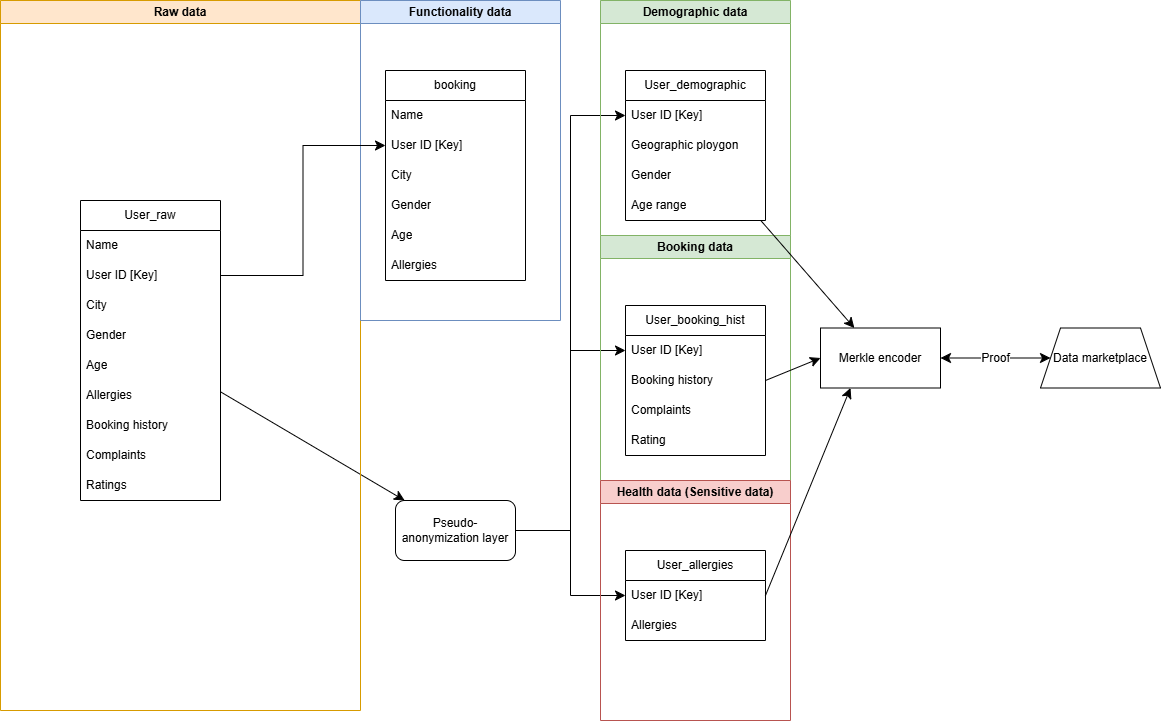
Earlier version of the draw.io export WIP_data_struct.png (balintpragai/elte_aalto_thesis). Source tidied: cells renumbered, new cells last; positions are measured from the earlier drawing's top-left corner, leaving out a move shared by most shapes. Its diagram source:
```xml
<mxGraphModel>
  <root>
    <mxCell id="0" />
    <mxCell id="1" parent="0" />
    <mxCell id="2" style="edgeStyle=none;curved=1;rounded=0;jettySize=auto;html=1;fontSize=12;startSize=8;endSize=8;" parent="1" edge="1" source="3" target="26">
      <mxGeometry relative="1" as="geometry" />
    </mxCell>
    <mxCell id="3" value="User_raw" style="swimlane;fontStyle=0;horizontal=1;startSize=30;whiteSpace=wrap;html=1;" parent="1" vertex="1">
      <mxGeometry x="80" y="200" width="140" height="300" as="geometry" />
    </mxCell>
    <mxCell id="4" value="Name" style="text;strokeColor=none;fillColor=none;align=left;verticalAlign=middle;spacingLeft=4;spacingRight=4;overflow=hidden;whiteSpace=wrap;html=1;" parent="3" vertex="1">
      <mxGeometry y="30" width="140" height="30" as="geometry" />
    </mxCell>
    <mxCell id="5" value="User ID [Key]" style="text;strokeColor=none;fillColor=none;align=left;verticalAlign=middle;spacingLeft=4;spacingRight=4;overflow=hidden;points=[[0,0.5],[1,0.5]];portConstraint=eastwest;whiteSpace=wrap;html=1;" parent="3" vertex="1">
      <mxGeometry y="60" width="140" height="30" as="geometry" />
    </mxCell>
    <mxCell id="6" value="City" style="text;strokeColor=none;fillColor=none;align=left;verticalAlign=middle;spacingLeft=4;spacingRight=4;overflow=hidden;whiteSpace=wrap;html=1;" parent="3" vertex="1">
      <mxGeometry y="90" width="140" height="30" as="geometry" />
    </mxCell>
    <mxCell id="7" value="Gender" style="text;strokeColor=none;fillColor=none;align=left;verticalAlign=middle;spacingLeft=4;spacingRight=4;overflow=hidden;whiteSpace=wrap;html=1;" parent="3" vertex="1">
      <mxGeometry y="120" width="140" height="30" as="geometry" />
    </mxCell>
    <mxCell id="8" value="Age" style="text;strokeColor=none;fillColor=none;align=left;verticalAlign=middle;spacingLeft=4;spacingRight=4;overflow=hidden;whiteSpace=wrap;html=1;" parent="3" vertex="1">
      <mxGeometry y="150" width="140" height="30" as="geometry" />
    </mxCell>
    <mxCell id="9" value="Allergies" style="text;strokeColor=none;fillColor=none;align=left;verticalAlign=middle;spacingLeft=4;spacingRight=4;overflow=hidden;whiteSpace=wrap;html=1;" parent="3" vertex="1">
      <mxGeometry y="180" width="140" height="30" as="geometry" />
    </mxCell>
    <mxCell id="10" value="Booking history" style="text;strokeColor=none;fillColor=none;align=left;verticalAlign=middle;spacingLeft=4;spacingRight=4;overflow=hidden;whiteSpace=wrap;html=1;" parent="3" vertex="1">
      <mxGeometry y="210" width="140" height="30" as="geometry" />
    </mxCell>
    <mxCell id="11" value="Complaints" style="text;strokeColor=none;fillColor=none;align=left;verticalAlign=middle;spacingLeft=4;spacingRight=4;overflow=hidden;whiteSpace=wrap;html=1;" parent="3" vertex="1">
      <mxGeometry y="240" width="140" height="30" as="geometry" />
    </mxCell>
    <mxCell id="12" value="Ratings" style="text;strokeColor=none;fillColor=none;align=left;verticalAlign=middle;spacingLeft=4;spacingRight=4;overflow=hidden;whiteSpace=wrap;html=1;" parent="3" vertex="1">
      <mxGeometry y="270" width="140" height="30" as="geometry" />
    </mxCell>
    <mxCell id="13" value="Raw data" style="swimlane;whiteSpace=wrap;html=1;fillColor=#ffe6cc;strokeColor=#d79b00;" parent="1" vertex="1">
      <mxGeometry width="360" height="710" as="geometry" />
    </mxCell>
    <mxCell id="14" value="Functionality data" style="swimlane;whiteSpace=wrap;html=1;fillColor=#dae8fc;strokeColor=#6c8ebf;" parent="1" vertex="1">
      <mxGeometry x="360" width="200" height="320" as="geometry" />
    </mxCell>
    <mxCell id="15" value="booking" style="swimlane;fontStyle=0;horizontal=1;startSize=30;whiteSpace=wrap;html=1;" parent="14" vertex="1">
      <mxGeometry x="25" y="70" width="140" height="210" as="geometry" />
    </mxCell>
    <mxCell id="16" value="Name" style="text;strokeColor=none;fillColor=none;align=left;verticalAlign=middle;spacingLeft=4;spacingRight=4;overflow=hidden;whiteSpace=wrap;html=1;" parent="15" vertex="1">
      <mxGeometry y="30" width="140" height="30" as="geometry" />
    </mxCell>
    <mxCell id="17" value="User ID [Key]" style="text;strokeColor=none;fillColor=none;align=left;verticalAlign=middle;spacingLeft=4;spacingRight=4;overflow=hidden;points=[[0,0.5],[1,0.5]];portConstraint=eastwest;whiteSpace=wrap;html=1;" parent="15" vertex="1">
      <mxGeometry y="60" width="140" height="30" as="geometry" />
    </mxCell>
    <mxCell id="18" value="City" style="text;strokeColor=none;fillColor=none;align=left;verticalAlign=middle;spacingLeft=4;spacingRight=4;overflow=hidden;whiteSpace=wrap;html=1;" parent="15" vertex="1">
      <mxGeometry y="90" width="140" height="30" as="geometry" />
    </mxCell>
    <mxCell id="19" value="Gender" style="text;strokeColor=none;fillColor=none;align=left;verticalAlign=middle;spacingLeft=4;spacingRight=4;overflow=hidden;whiteSpace=wrap;html=1;" parent="15" vertex="1">
      <mxGeometry y="120" width="140" height="30" as="geometry" />
    </mxCell>
    <mxCell id="20" value="Age" style="text;strokeColor=none;fillColor=none;align=left;verticalAlign=middle;spacingLeft=4;spacingRight=4;overflow=hidden;whiteSpace=wrap;html=1;" parent="15" vertex="1">
      <mxGeometry y="150" width="140" height="30" as="geometry" />
    </mxCell>
    <mxCell id="21" value="Allergies" style="text;strokeColor=none;fillColor=none;align=left;verticalAlign=middle;spacingLeft=4;spacingRight=4;overflow=hidden;whiteSpace=wrap;html=1;" parent="15" vertex="1">
      <mxGeometry y="180" width="140" height="30" as="geometry" />
    </mxCell>
    <mxCell id="22" style="edgeStyle=orthogonalEdgeStyle;rounded=0;jettySize=auto;html=1;exitX=1;exitY=0.5;exitDx=0;exitDy=0;entryX=0;entryY=0.5;entryDx=0;entryDy=0;fontSize=12;startSize=8;endSize=8;" parent="1" edge="1" source="5" target="17">
      <mxGeometry relative="1" as="geometry" />
    </mxCell>
    <mxCell id="23" style="edgeStyle=orthogonalEdgeStyle;rounded=0;jettySize=auto;html=1;exitX=1;exitY=0.5;exitDx=0;exitDy=0;entryX=0;entryY=0.5;entryDx=0;entryDy=0;fontSize=12;startSize=8;endSize=8;" parent="1" edge="1" source="26" target="29">
      <mxGeometry relative="1" as="geometry" />
    </mxCell>
    <mxCell id="24" style="edgeStyle=orthogonalEdgeStyle;rounded=0;jettySize=auto;html=1;exitX=1;exitY=0.5;exitDx=0;exitDy=0;entryX=0;entryY=0.5;entryDx=0;entryDy=0;fontSize=12;startSize=8;endSize=8;" parent="1" edge="1" source="26" target="35">
      <mxGeometry relative="1" as="geometry" />
    </mxCell>
    <mxCell id="25" style="edgeStyle=orthogonalEdgeStyle;rounded=0;jettySize=auto;html=1;exitX=1;exitY=0.5;exitDx=0;exitDy=0;entryX=0;entryY=0.5;entryDx=0;entryDy=0;fontSize=12;startSize=8;endSize=8;" parent="1" edge="1" source="26" target="41">
      <mxGeometry relative="1" as="geometry" />
    </mxCell>
    <mxCell id="26" value="Pseudo-anonymization layer" style="rounded=1;whiteSpace=wrap;html=1;fontStyle=0;startSize=30;horizontal=1;" parent="1" vertex="1">
      <mxGeometry x="395" y="500" width="120" height="60" as="geometry" />
    </mxCell>
    <mxCell id="27" value="Demographic data" style="swimlane;whiteSpace=wrap;html=1;fillColor=#d5e8d4;strokeColor=#82b366;" parent="1" vertex="1">
      <mxGeometry x="600" width="190" height="240" as="geometry" />
    </mxCell>
    <mxCell id="28" value="User_demographic" style="swimlane;fontStyle=0;horizontal=1;startSize=30;whiteSpace=wrap;html=1;" parent="27" vertex="1">
      <mxGeometry x="25" y="70" width="140" height="150" as="geometry" />
    </mxCell>
    <mxCell id="29" value="User ID [Key]" style="text;strokeColor=none;fillColor=none;align=left;verticalAlign=middle;spacingLeft=4;spacingRight=4;overflow=hidden;points=[[0,0.5],[1,0.5]];portConstraint=eastwest;whiteSpace=wrap;html=1;" parent="28" vertex="1">
      <mxGeometry y="30" width="140" height="30" as="geometry" />
    </mxCell>
    <mxCell id="30" value="Geographic ploygon" style="text;strokeColor=none;fillColor=none;align=left;verticalAlign=middle;spacingLeft=4;spacingRight=4;overflow=hidden;whiteSpace=wrap;html=1;" parent="28" vertex="1">
      <mxGeometry y="60" width="140" height="30" as="geometry" />
    </mxCell>
    <mxCell id="31" value="Gender" style="text;strokeColor=none;fillColor=none;align=left;verticalAlign=middle;spacingLeft=4;spacingRight=4;overflow=hidden;whiteSpace=wrap;html=1;" parent="28" vertex="1">
      <mxGeometry y="90" width="140" height="30" as="geometry" />
    </mxCell>
    <mxCell id="32" value="Age range" style="text;strokeColor=none;fillColor=none;align=left;verticalAlign=middle;spacingLeft=4;spacingRight=4;overflow=hidden;whiteSpace=wrap;html=1;" parent="28" vertex="1">
      <mxGeometry y="120" width="140" height="30" as="geometry" />
    </mxCell>
    <mxCell id="33" value="Booking data" style="swimlane;whiteSpace=wrap;html=1;fillColor=#d5e8d4;strokeColor=#82b366;" parent="1" vertex="1">
      <mxGeometry x="600" y="235" width="190" height="245" as="geometry" />
    </mxCell>
    <mxCell id="34" value="User_booking_hist" style="swimlane;fontStyle=0;horizontal=1;startSize=30;whiteSpace=wrap;html=1;" parent="33" vertex="1">
      <mxGeometry x="25" y="70" width="140" height="150" as="geometry" />
    </mxCell>
    <mxCell id="35" value="User ID [Key]" style="text;strokeColor=none;fillColor=none;align=left;verticalAlign=middle;spacingLeft=4;spacingRight=4;overflow=hidden;points=[[0,0.5],[1,0.5]];portConstraint=eastwest;whiteSpace=wrap;html=1;" parent="34" vertex="1">
      <mxGeometry y="30" width="140" height="30" as="geometry" />
    </mxCell>
    <mxCell id="36" value="Booking history" style="text;strokeColor=none;fillColor=none;align=left;verticalAlign=middle;spacingLeft=4;spacingRight=4;overflow=hidden;points=[[0,0.5],[1,0.5]];portConstraint=eastwest;whiteSpace=wrap;html=1;" parent="34" vertex="1">
      <mxGeometry y="60" width="140" height="30" as="geometry" />
    </mxCell>
    <mxCell id="37" value="Complaints" style="text;strokeColor=none;fillColor=none;align=left;verticalAlign=middle;spacingLeft=4;spacingRight=4;overflow=hidden;whiteSpace=wrap;html=1;" parent="34" vertex="1">
      <mxGeometry y="90" width="140" height="30" as="geometry" />
    </mxCell>
    <mxCell id="38" value="Rating" style="text;strokeColor=none;fillColor=none;align=left;verticalAlign=middle;spacingLeft=4;spacingRight=4;overflow=hidden;whiteSpace=wrap;html=1;" parent="34" vertex="1">
      <mxGeometry y="120" width="140" height="30" as="geometry" />
    </mxCell>
    <mxCell id="39" value="Health data (Sensitive data)" style="swimlane;whiteSpace=wrap;html=1;fillColor=#f8cecc;strokeColor=#b85450;" parent="1" vertex="1">
      <mxGeometry x="600" y="480" width="190" height="240" as="geometry" />
    </mxCell>
    <mxCell id="40" value="User_allergies" style="swimlane;fontStyle=0;horizontal=1;startSize=30;whiteSpace=wrap;html=1;" parent="39" vertex="1">
      <mxGeometry x="25" y="70" width="140" height="90" as="geometry" />
    </mxCell>
    <mxCell id="41" value="User ID [Key]" style="text;strokeColor=none;fillColor=none;align=left;verticalAlign=middle;spacingLeft=4;spacingRight=4;overflow=hidden;points=[[0,0.5],[1,0.5]];portConstraint=eastwest;whiteSpace=wrap;html=1;" parent="40" vertex="1">
      <mxGeometry y="30" width="140" height="30" as="geometry" />
    </mxCell>
    <mxCell id="42" value="Allergies" style="text;strokeColor=none;fillColor=none;align=left;verticalAlign=middle;spacingLeft=4;spacingRight=4;overflow=hidden;whiteSpace=wrap;html=1;" parent="40" vertex="1">
      <mxGeometry y="60" width="140" height="30" as="geometry" />
    </mxCell>
    <mxCell id="43" style="edgeStyle=none;curved=1;rounded=0;jettySize=auto;html=1;fontSize=12;startSize=8;endSize=8;startArrow=classic;startFill=1;" parent="1" edge="1" source="45" target="47">
      <mxGeometry relative="1" as="geometry" />
    </mxCell>
    <mxCell id="44" value="Proof" style="edgeLabel;html=1;align=center;verticalAlign=middle;fontSize=12;" parent="43" vertex="1">
      <mxGeometry x="-0.02" y="1" relative="1" as="geometry">
        <mxPoint y="1" as="offset" />
      </mxGeometry>
    </mxCell>
    <mxCell id="45" value="Merkle encoder" style="whiteSpace=wrap;html=1;fontStyle=0;startSize=30;horizontal=1;" parent="1" vertex="1">
      <mxGeometry x="820" y="327.5" width="120" height="60" as="geometry" />
    </mxCell>
    <mxCell id="46" style="edgeStyle=none;curved=1;rounded=0;jettySize=auto;html=1;fontSize=12;startSize=8;endSize=8;" parent="1" edge="1" source="28" target="45">
      <mxGeometry relative="1" as="geometry" />
    </mxCell>
    <mxCell id="47" value="Data marketplace" style="shape=trapezoid;perimeter=trapezoidPerimeter;whiteSpace=wrap;html=1;fixedSize=1;fontStyle=0;startSize=30;horizontal=1;" parent="1" vertex="1">
      <mxGeometry x="1040" y="327.5" width="120" height="60" as="geometry" />
    </mxCell>
    <mxCell id="48" style="edgeStyle=none;curved=1;rounded=0;jettySize=auto;html=1;exitX=1;exitY=0.5;exitDx=0;exitDy=0;entryX=0;entryY=0.5;entryDx=0;entryDy=0;fontSize=12;startSize=8;endSize=8;" parent="1" edge="1" source="36" target="45">
      <mxGeometry relative="1" as="geometry" />
    </mxCell>
    <mxCell id="49" style="edgeStyle=none;curved=1;rounded=0;jettySize=auto;html=1;exitX=1;exitY=0.5;exitDx=0;exitDy=0;entryX=0.25;entryY=1;entryDx=0;entryDy=0;fontSize=12;startSize=8;endSize=8;" parent="1" edge="1" source="41" target="45">
      <mxGeometry relative="1" as="geometry" />
    </mxCell>
  </root>
</mxGraphModel>
```
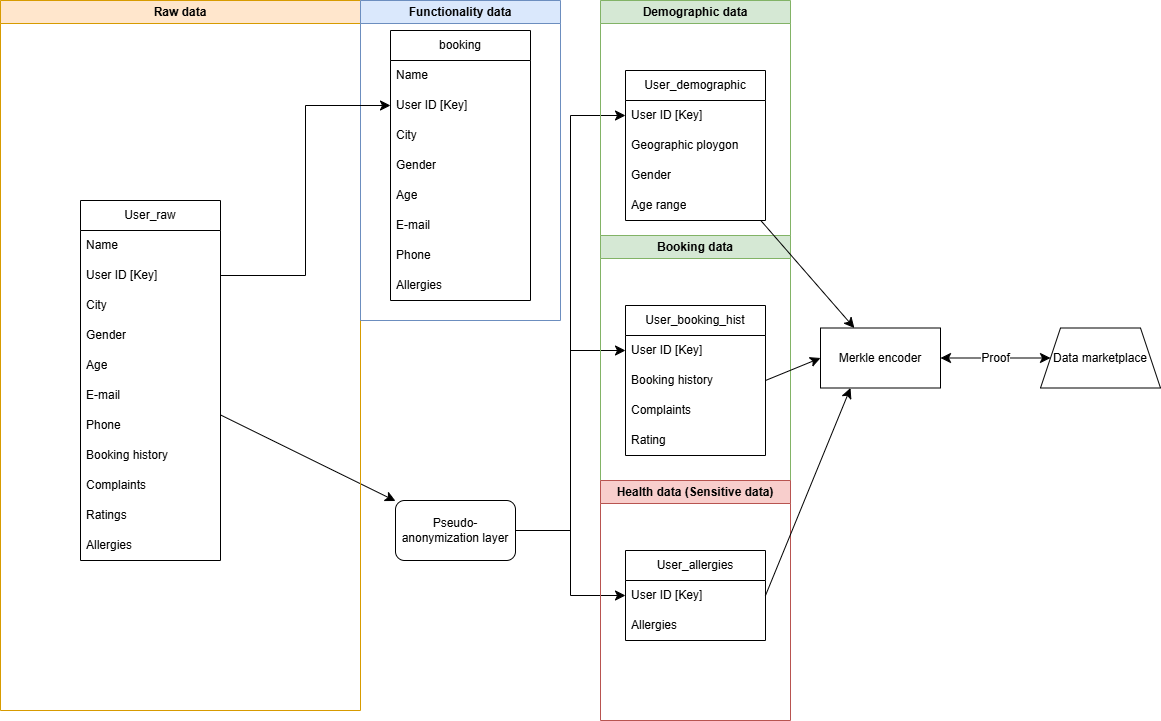
The same diagram one commit later.

Commit message:
Data structure and table definitions

Updated the data structure chart and created the table definitions for the structure. Some of the tables still require a pseudoanonymizer and filling up from that output.

Change to the diagram source:
```diff
@@ -6,7 +6,7 @@
       <mxGeometry relative="1" as="geometry" />
     </mxCell>
     <mxCell id="3" value="User_raw" style="swimlane;fontStyle=0;horizontal=1;startSize=30;whiteSpace=wrap;html=1;" parent="1" vertex="1">
-      <mxGeometry x="80" y="200" width="140" height="300" as="geometry" />
+      <mxGeometry x="80" y="200" width="140" height="360" as="geometry" />
     </mxCell>
     <mxCell id="4" value="Name" style="text;strokeColor=none;fillColor=none;align=left;verticalAlign=middle;spacingLeft=4;spacingRight=4;overflow=hidden;whiteSpace=wrap;html=1;" parent="3" vertex="1">
       <mxGeometry y="30" width="140" height="30" as="geometry" />
@@ -20,21 +20,27 @@
     <mxCell id="7" value="Gender" style="text;strokeColor=none;fillColor=none;align=left;verticalAlign=middle;spacingLeft=4;spacingRight=4;overflow=hidden;whiteSpace=wrap;html=1;" parent="3" vertex="1">
       <mxGeometry y="120" width="140" height="30" as="geometry" />
     </mxCell>
+    <mxCell id="50" value="Age" style="text;strokeColor=none;fillColor=none;align=left;verticalAlign=middle;spacingLeft=4;spacingRight=4;overflow=hidden;whiteSpace=wrap;html=1;" parent="3" vertex="1">
+      <mxGeometry y="150" width="140" height="30" as="geometry" />
+    </mxCell>
-    <mxCell id="8" value="Age" style="text;strokeColor=none;fillColor=none;align=left;verticalAlign=middle;spacingLeft=4;spacingRight=4;overflow=hidden;whiteSpace=wrap;html=1;" parent="3" vertex="1">
-      <mxGeometry y="150" width="140" height="30" as="geometry" />
+    <mxCell id="8" value="E-mail" style="text;strokeColor=none;fillColor=none;align=left;verticalAlign=middle;spacingLeft=4;spacingRight=4;overflow=hidden;whiteSpace=wrap;html=1;" parent="3" vertex="1">
+      <mxGeometry y="180" width="140" height="30" as="geometry" />
     </mxCell>
-    <mxCell id="9" value="Allergies" style="text;strokeColor=none;fillColor=none;align=left;verticalAlign=middle;spacingLeft=4;spacingRight=4;overflow=hidden;whiteSpace=wrap;html=1;" parent="3" vertex="1">
-      <mxGeometry y="180" width="140" height="30" as="geometry" />
-    </mxCell>
+    <mxCell id="51" value="Phone" style="text;strokeColor=none;fillColor=none;align=left;verticalAlign=middle;spacingLeft=4;spacingRight=4;overflow=hidden;whiteSpace=wrap;html=1;" parent="3" vertex="1">
+      <mxGeometry y="210" width="140" height="30" as="geometry" />
+    </mxCell>
     <mxCell id="10" value="Booking history" style="text;strokeColor=none;fillColor=none;align=left;verticalAlign=middle;spacingLeft=4;spacingRight=4;overflow=hidden;whiteSpace=wrap;html=1;" parent="3" vertex="1">
-      <mxGeometry y="210" width="140" height="30" as="geometry" />
+      <mxGeometry y="240" width="140" height="30" as="geometry" />
     </mxCell>
     <mxCell id="11" value="Complaints" style="text;strokeColor=none;fillColor=none;align=left;verticalAlign=middle;spacingLeft=4;spacingRight=4;overflow=hidden;whiteSpace=wrap;html=1;" parent="3" vertex="1">
-      <mxGeometry y="240" width="140" height="30" as="geometry" />
+      <mxGeometry y="270" width="140" height="30" as="geometry" />
     </mxCell>
     <mxCell id="12" value="Ratings" style="text;strokeColor=none;fillColor=none;align=left;verticalAlign=middle;spacingLeft=4;spacingRight=4;overflow=hidden;whiteSpace=wrap;html=1;" parent="3" vertex="1">
-      <mxGeometry y="270" width="140" height="30" as="geometry" />
+      <mxGeometry y="300" width="140" height="30" as="geometry" />
     </mxCell>
+    <mxCell id="9" value="Allergies" style="text;strokeColor=none;fillColor=none;align=left;verticalAlign=middle;spacingLeft=4;spacingRight=4;overflow=hidden;whiteSpace=wrap;html=1;" parent="3" vertex="1">
+      <mxGeometry y="330" width="140" height="30" as="geometry" />
+    </mxCell>
     <mxCell id="13" value="Raw data" style="swimlane;whiteSpace=wrap;html=1;fillColor=#ffe6cc;strokeColor=#d79b00;" parent="1" vertex="1">
       <mxGeometry width="360" height="710" as="geometry" />
     </mxCell>
@@ -42,7 +48,7 @@
       <mxGeometry x="360" width="200" height="320" as="geometry" />
     </mxCell>
     <mxCell id="15" value="booking" style="swimlane;fontStyle=0;horizontal=1;startSize=30;whiteSpace=wrap;html=1;" parent="14" vertex="1">
-      <mxGeometry x="25" y="70" width="140" height="210" as="geometry" />
+      <mxGeometry x="30" y="30" width="140" height="270" as="geometry" />
     </mxCell>
     <mxCell id="16" value="Name" style="text;strokeColor=none;fillColor=none;align=left;verticalAlign=middle;spacingLeft=4;spacingRight=4;overflow=hidden;whiteSpace=wrap;html=1;" parent="15" vertex="1">
       <mxGeometry y="30" width="140" height="30" as="geometry" />
@@ -59,9 +65,15 @@
     <mxCell id="20" value="Age" style="text;strokeColor=none;fillColor=none;align=left;verticalAlign=middle;spacingLeft=4;spacingRight=4;overflow=hidden;whiteSpace=wrap;html=1;" parent="15" vertex="1">
       <mxGeometry y="150" width="140" height="30" as="geometry" />
     </mxCell>
-    <mxCell id="21" value="Allergies" style="text;strokeColor=none;fillColor=none;align=left;verticalAlign=middle;spacingLeft=4;spacingRight=4;overflow=hidden;whiteSpace=wrap;html=1;" parent="15" vertex="1">
+    <mxCell id="21" value="E-mail" style="text;strokeColor=none;fillColor=none;align=left;verticalAlign=middle;spacingLeft=4;spacingRight=4;overflow=hidden;whiteSpace=wrap;html=1;" parent="15" vertex="1">
       <mxGeometry y="180" width="140" height="30" as="geometry" />
     </mxCell>
+    <mxCell id="52" value="Phone" style="text;strokeColor=none;fillColor=none;align=left;verticalAlign=middle;spacingLeft=4;spacingRight=4;overflow=hidden;whiteSpace=wrap;html=1;" parent="15" vertex="1">
+      <mxGeometry y="210" width="140" height="30" as="geometry" />
+    </mxCell>
+    <mxCell id="53" value="Allergies" style="text;strokeColor=none;fillColor=none;align=left;verticalAlign=middle;spacingLeft=4;spacingRight=4;overflow=hidden;whiteSpace=wrap;html=1;" parent="15" vertex="1">
+      <mxGeometry y="240" width="140" height="30" as="geometry" />
+    </mxCell>
     <mxCell id="22" style="edgeStyle=orthogonalEdgeStyle;rounded=0;jettySize=auto;html=1;exitX=1;exitY=0.5;exitDx=0;exitDy=0;entryX=0;entryY=0.5;entryDx=0;entryDy=0;fontSize=12;startSize=8;endSize=8;" parent="1" edge="1" source="5" target="17">
       <mxGeometry relative="1" as="geometry" />
     </mxCell>
```
